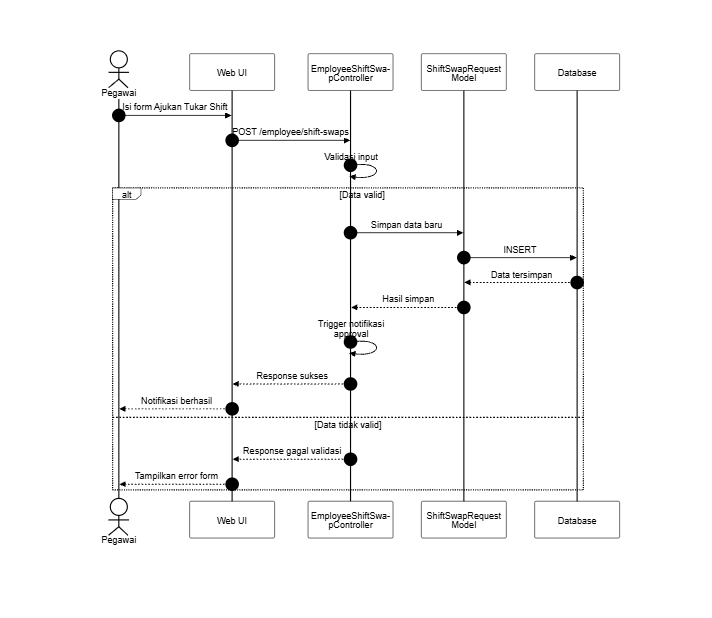
Earlier version of the Mermaid export docs/SequenceDiagram/PNG_Transparent/KelolaTukarShift-AjukanTukarShift.png (SulaimanHafi23/SimpegRSHDI). Its source is kept beside it as docs/SequenceDiagram/KelolaTukarShift-AjukanTukarShift.mermaid. The source it was exported from:
```mermaid
%%{init: {"theme": "base", "themeVariables": {"background": "#dddddd", "primaryColor": "#ffffff", "primaryBorderColor": "#000000", "primaryTextColor": "#000000", "lineColor": "#000000", "textColor": "#000000", "actorBkg": "#ffffff", "actorBorder": "#000000", "actorTextColor": "#000000", "activationBkgColor": "#ffffff", "activationBorderColor": "#000000", "signalColor": "#000000", "signalTextColor": "#000000", "labelBoxBkgColor": "#ffffff", "labelBoxBorderColor": "#000000", "labelTextColor": "#000000", "sequenceNumberColor": "#000000", "noteBkgColor": "#ffffff", "noteBorderColor": "#000000", "noteTextColor": "#000000"}, "sequence": {"useMaxWidth": true, "wrap": true, "messageFontSize": 12, "noteFontSize": 12}}}%%
sequenceDiagram
    autonumber
    actor A as Pegawai
    participant UI as Web UI
    participant C as EmployeeShiftSwapController
    participant M as ShiftSwapRequest Model
    participant DB as Database

    A->>UI: Isi form Ajukan Tukar Shift
    UI->>C: POST /employee/shift-swaps
    C->>C: Validasi input
    alt Data valid
        C->>M: Simpan data baru
        M->>DB: INSERT
        DB-->>M: Data tersimpan
        M-->>C: Hasil simpan
        C->>C: Trigger notifikasi approval
        C-->>UI: Response sukses
        UI-->>A: Notifikasi berhasil
    else Data tidak valid
        C-->>UI: Response gagal validasi
        UI-->>A: Tampilkan error form
    end
```
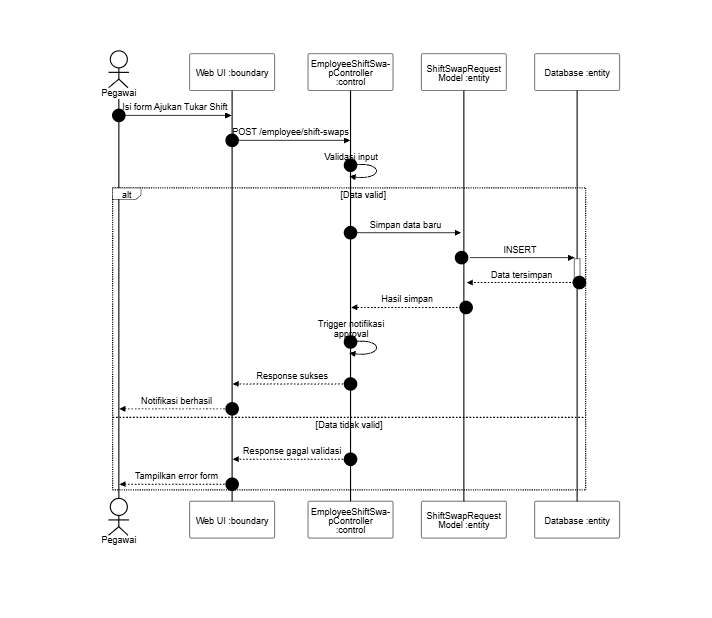
Above is the later version.

The edit, as a diff of the source:
```diff
@@ -2,18 +2,18 @@
 sequenceDiagram
     autonumber
     actor A as Pegawai
-    participant UI as Web UI
-    participant C as EmployeeShiftSwapController
-    participant M as ShiftSwapRequest Model
-    participant DB as Database
+    participant UI as Web UI :boundary
+    participant C as EmployeeShiftSwapController :control
+    participant M as ShiftSwapRequest Model :entity
+    participant DB as Database :entity
 
     A->>UI: Isi form Ajukan Tukar Shift
     UI->>C: POST /employee/shift-swaps
     C->>C: Validasi input
     alt Data valid
-        C->>M: Simpan data baru
-        M->>DB: INSERT
-        DB-->>M: Data tersimpan
+        C->>+M: Simpan data baru
+        M->>+DB: INSERT
+        DB-->>-M: Data tersimpan
         M-->>C: Hasil simpan
         C->>C: Trigger notifikasi approval
         C-->>UI: Response sukses
```
